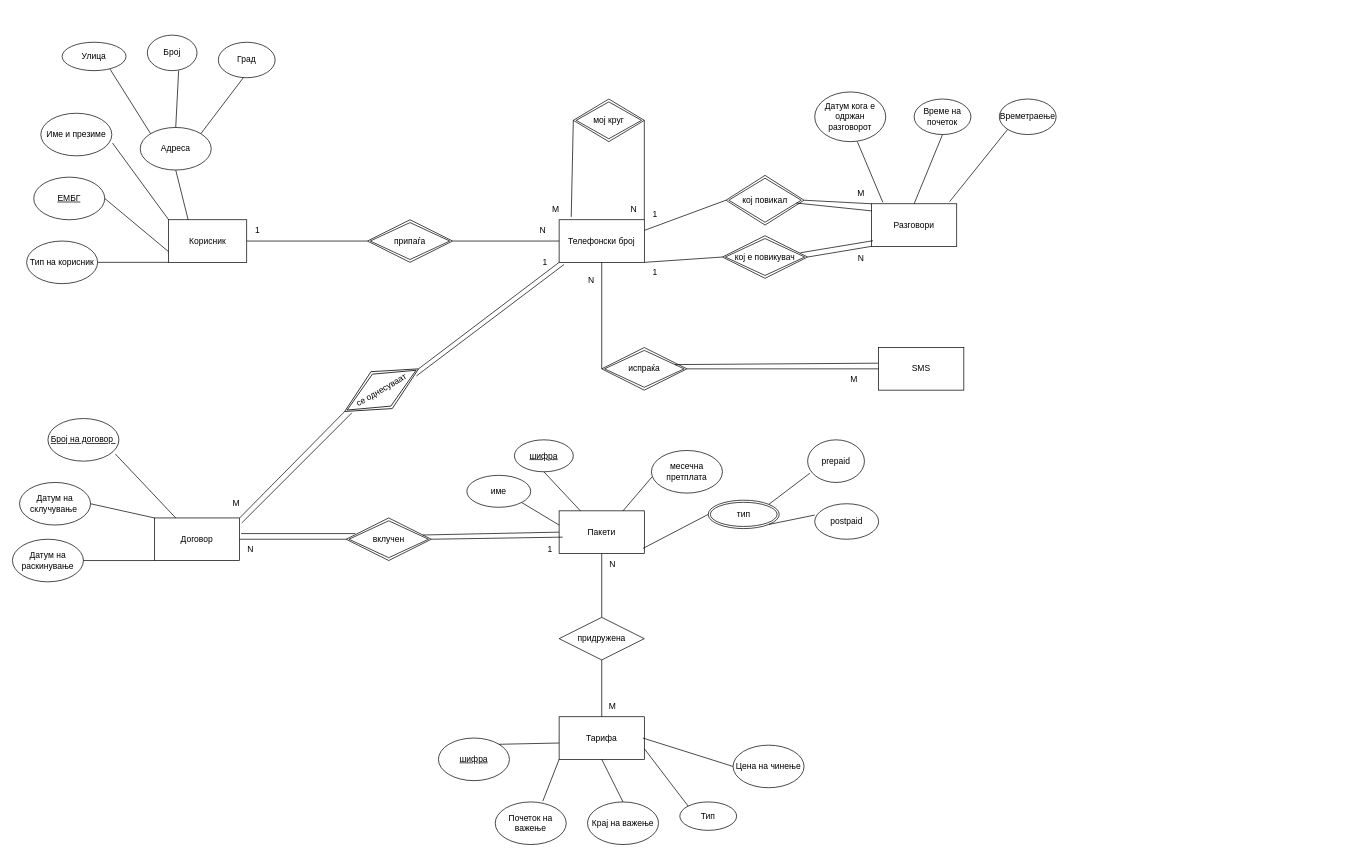
Above: aud1/z1.drawio in davidhristov59/Databases (draw.io), before the change. Source tidied: cells renumbered, new cells numbered last; positions are measured from the earlier drawing's top-left corner, leaving out a move shared by most shapes. Both pictures are drawn from the tidied source at 71%, with x=0, y=0 at pixel (12, 12).
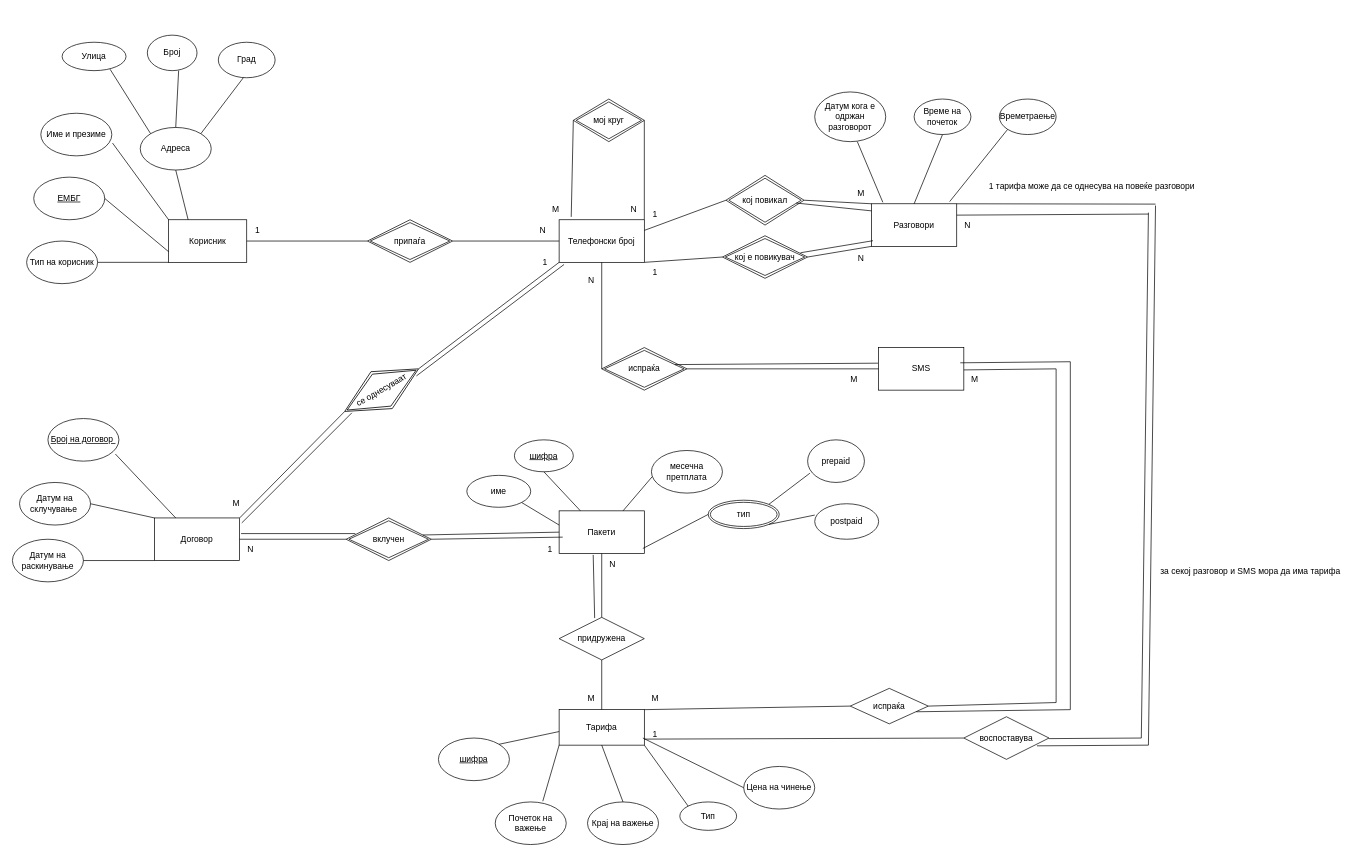
Above is the later version.

Unchanged cells that the change refers to:
```xml
<mxCell id="20" value="Пакети" style="rounded=0;whiteSpace=wrap;html=1;" parent="1" vertex="1">
  <mxGeometry x="770" y="702" width="120" height="60" as="geometry" />
</mxCell>
<mxCell id="60" value="Разговори" style="rounded=0;whiteSpace=wrap;html=1;" parent="1" vertex="1">
  <mxGeometry x="1210" y="269.5" width="120" height="60" as="geometry" />
</mxCell>
<mxCell id="94" value="Тип" style="ellipse;whiteSpace=wrap;html=1;" parent="1" vertex="1">
  <mxGeometry x="940" y="1112" width="80" height="40" as="geometry" />
</mxCell>
<mxCell id="100" value="придружена" style="shape=rhombus;perimeter=rhombusPerimeter;whiteSpace=wrap;html=1;align=center;" parent="1" vertex="1">
  <mxGeometry x="770" y="852" width="120" height="60" as="geometry" />
</mxCell>
```

What changed in the source:
```diff
@@
     <mxCell id="89" value="Тарифа" style="rounded=0;whiteSpace=wrap;html=1;" parent="1" vertex="1">
-      <mxGeometry x="770" y="992" width="120" height="60" as="geometry" />
+      <mxGeometry x="770" y="982" width="120" height="50" as="geometry" />
     </mxCell>
@@
     <mxCell id="93" value="Цена на чинење" style="ellipse;whiteSpace=wrap;html=1;" parent="1" vertex="1">
-      <mxGeometry x="1015" y="1032" width="100" height="60" as="geometry" />
+      <mxGeometry x="1030" y="1062" width="100" height="60" as="geometry" />
     </mxCell>
@@
-    <mxCell id="96" style="endArrow=none;html=1;rounded=0;exitX=0;exitY=0.5;exitDx=0;exitDy=0;entryX=0.983;entryY=0.883;entryDx=0;entryDy=0;entryPerimeter=0;" parent="1" edge="1" source="93">
+    <mxCell id="96" style="endArrow=none;html=1;rounded=0;exitX=0;exitY=0.5;exitDx=0;exitDy=0;entryX=1;entryY=1;entryDx=0;entryDy=0;" parent="1" edge="1" source="93">
       <mxGeometry relative="1" as="geometry">
         <mxPoint x="888" y="1022" as="targetPoint" />
       </mxGeometry>
     </mxCell>
-    <mxCell id="97" style="endArrow=none;html=1;rounded=0;exitX=0;exitY=0;exitDx=0;exitDy=0;entryX=1;entryY=0.75;entryDx=0;entryDy=0;" parent="1" edge="1" source="94" target="89">
+    <mxCell id="97" style="endArrow=none;html=1;rounded=0;exitX=0;exitY=0;exitDx=0;exitDy=0;entryX=1;entryY=1;entryDx=0;entryDy=0;" parent="1" edge="1" source="94" target="89">
       <mxGeometry relative="1" as="geometry" />
     </mxCell>
@@
     <mxCell id="104" value="M" style="text;html=1;align=center;verticalAlign=middle;strokeColor=none;fillColor=none;" parent="1" vertex="1">
-      <mxGeometry x="830" y="962" width="30" height="30" as="geometry" />
+      <mxGeometry x="800" y="952" width="30" height="30" as="geometry" />
     </mxCell>
+    <mxCell id="105" style="endArrow=none;html=1;rounded=0;exitX=0.858;exitY=0.4;exitDx=0;exitDy=0;exitPerimeter=0;" parent="1" edge="1">
+      <mxGeometry relative="1" as="geometry">
+        <mxPoint x="1330" y="285.5" as="sourcePoint" />
+        <mxPoint x="1600" y="284" as="targetPoint" />
+      </mxGeometry>
+    </mxCell>
+    <mxCell id="106" style="endArrow=none;html=1;rounded=0;" parent="1" edge="1">
+      <mxGeometry relative="1" as="geometry">
+        <mxPoint x="1590" y="1022" as="sourcePoint" />
+        <mxPoint x="1600" y="282" as="targetPoint" />
+      </mxGeometry>
+    </mxCell>
+    <mxCell id="107" value="воспоставува" style="shape=rhombus;perimeter=rhombusPerimeter;whiteSpace=wrap;html=1;align=center;" parent="1" vertex="1">
+      <mxGeometry x="1340" y="992" width="120" height="60" as="geometry" />
+    </mxCell>
+    <mxCell id="108" style="endArrow=none;html=1;rounded=0;exitX=0.858;exitY=0.4;exitDx=0;exitDy=0;exitPerimeter=0;entryX=0;entryY=0.5;entryDx=0;entryDy=0;" parent="1" edge="1" target="107">
+      <mxGeometry relative="1" as="geometry">
+        <mxPoint x="890" y="1023.5" as="sourcePoint" />
+      </mxGeometry>
+    </mxCell>
+    <mxCell id="109" style="endArrow=none;html=1;rounded=0;exitX=0.858;exitY=0.4;exitDx=0;exitDy=0;exitPerimeter=0;" parent="1" edge="1">
+      <mxGeometry relative="1" as="geometry">
+        <mxPoint x="1460" y="1022.8" as="sourcePoint" />
+        <mxPoint x="1590" y="1022" as="targetPoint" />
+      </mxGeometry>
+    </mxCell>
+    <mxCell id="110" style="endArrow=none;html=1;rounded=0;exitX=0.858;exitY=0.4;exitDx=0;exitDy=0;exitPerimeter=0;" parent="1" edge="1">
+      <mxGeometry relative="1" as="geometry">
+        <mxPoint x="1340" y="503.5" as="sourcePoint" />
+        <mxPoint x="1470" y="502" as="targetPoint" />
+      </mxGeometry>
+    </mxCell>
+    <mxCell id="111" style="endArrow=none;html=1;rounded=0;" parent="1" edge="1">
+      <mxGeometry relative="1" as="geometry">
+        <mxPoint x="1470" y="972" as="sourcePoint" />
+        <mxPoint x="1470" y="502" as="targetPoint" />
+      </mxGeometry>
+    </mxCell>
+    <mxCell id="112" style="endArrow=none;html=1;rounded=0;exitX=1;exitY=0;exitDx=0;exitDy=0;entryX=0;entryY=0.5;entryDx=0;entryDy=0;" parent="1" edge="1" source="89" target="113">
+      <mxGeometry relative="1" as="geometry" />
+    </mxCell>
+    <mxCell id="113" value="испраќа" style="shape=rhombus;perimeter=rhombusPerimeter;whiteSpace=wrap;html=1;align=center;" parent="1" vertex="1">
+      <mxGeometry x="1180" y="952" width="110" height="50" as="geometry" />
+    </mxCell>
+    <mxCell id="114" style="endArrow=none;html=1;rounded=0;exitX=1;exitY=0.5;exitDx=0;exitDy=0;" parent="1" edge="1" source="113">
+      <mxGeometry relative="1" as="geometry">
+        <mxPoint x="1470" y="972" as="targetPoint" />
+      </mxGeometry>
+    </mxCell>
+    <mxCell id="115" value="M" style="text;html=1;align=center;verticalAlign=middle;strokeColor=none;fillColor=none;" parent="1" vertex="1">
+      <mxGeometry x="1340" y="502" width="30" height="30" as="geometry" />
+    </mxCell>
+    <mxCell id="116" value="М" style="text;html=1;align=center;verticalAlign=middle;strokeColor=none;fillColor=none;" parent="1" vertex="1">
+      <mxGeometry x="890" y="952" width="30" height="30" as="geometry" />
+    </mxCell>
+    <mxCell id="117" value="&lt;blockquote style=&quot;margin: 0 0 0 40px; border: none; padding: 0px;&quot;&gt;N&lt;/blockquote&gt;" style="text;html=1;align=center;verticalAlign=middle;strokeColor=none;fillColor=none;" parent="1" vertex="1">
+      <mxGeometry x="1290" y="284.5" width="70" height="30" as="geometry" />
+    </mxCell>
+    <mxCell id="118" value="1" style="text;html=1;align=center;verticalAlign=middle;strokeColor=none;fillColor=none;" parent="1" vertex="1">
+      <mxGeometry x="890" y="1002" width="30" height="30" as="geometry" />
+    </mxCell>
+    <mxCell id="119" value="1 тарифа може да се однесува на повеќе разговори" style="text;html=1;align=center;verticalAlign=middle;strokeColor=none;fillColor=none;" parent="1" vertex="1">
+      <mxGeometry x="1360" y="229.5" width="320" height="30" as="geometry" />
+    </mxCell>
+    <mxCell id="120" style="endArrow=none;html=1;rounded=0;exitX=0.4;exitY=1.033;exitDx=0;exitDy=0;entryX=0.417;entryY=0.017;entryDx=0;entryDy=0;exitPerimeter=0;entryPerimeter=0;" parent="1" edge="1" source="20" target="100">
+      <mxGeometry relative="1" as="geometry" />
+    </mxCell>
+    <mxCell id="121" style="endArrow=none;html=1;rounded=0;exitX=0.858;exitY=0.683;exitDx=0;exitDy=0;exitPerimeter=0;" parent="1" edge="1" source="107">
+      <mxGeometry relative="1" as="geometry">
+        <mxPoint x="1600" y="1032" as="targetPoint" />
+      </mxGeometry>
+    </mxCell>
+    <mxCell id="122" style="endArrow=none;html=1;rounded=0;" parent="1" edge="1">
+      <mxGeometry relative="1" as="geometry">
+        <mxPoint x="1600" y="1032" as="sourcePoint" />
+        <mxPoint x="1610" y="272" as="targetPoint" />
+      </mxGeometry>
+    </mxCell>
+    <mxCell id="123" style="endArrow=none;html=1;rounded=0;exitX=1;exitY=0;exitDx=0;exitDy=0;" parent="1" edge="1" source="60">
+      <mxGeometry relative="1" as="geometry">
+        <mxPoint x="1610" y="270" as="targetPoint" />
+      </mxGeometry>
+    </mxCell>
+    <mxCell id="124" value="за секој разговор и SMS мора да има тарифа&amp;nbsp;" style="text;html=1;align=center;verticalAlign=middle;strokeColor=none;fillColor=none;" parent="1" vertex="1">
+      <mxGeometry x="1600" y="772" width="290" height="30" as="geometry" />
+    </mxCell>
+    <mxCell id="125" style="endArrow=none;html=1;rounded=0;exitX=0.858;exitY=0.4;exitDx=0;exitDy=0;exitPerimeter=0;" parent="1" edge="1">
+      <mxGeometry relative="1" as="geometry">
+        <mxPoint x="1335" y="493.5" as="sourcePoint" />
+        <mxPoint x="1490" y="492" as="targetPoint" />
+      </mxGeometry>
+    </mxCell>
+    <mxCell id="126" style="endArrow=none;html=1;rounded=0;" parent="1" edge="1">
+      <mxGeometry relative="1" as="geometry">
+        <mxPoint x="1490" y="982" as="sourcePoint" />
+        <mxPoint x="1490" y="492" as="targetPoint" />
+      </mxGeometry>
+    </mxCell>
+    <mxCell id="127" style="endArrow=none;html=1;rounded=0;exitX=0.845;exitY=0.66;exitDx=0;exitDy=0;exitPerimeter=0;" parent="1" edge="1" source="113">
+      <mxGeometry relative="1" as="geometry">
+        <mxPoint x="1490" y="982" as="targetPoint" />
+      </mxGeometry>
+    </mxCell>
```
